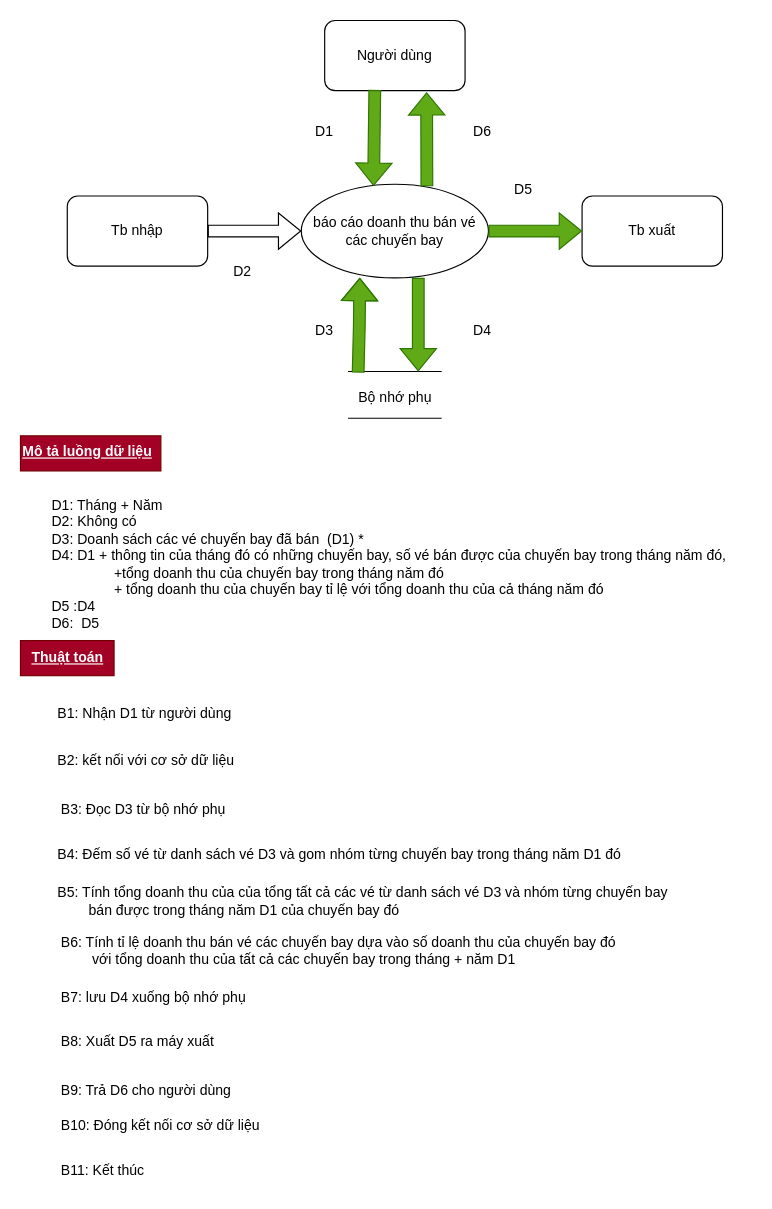
Before: DFD/DFD_Drawio/yc5_1.drawio in phat9824/Flight_ticket_manegement, a draw.io diagram. Source tidied: cells renumbered, new cells numbered last; positions are measured from the earlier drawing's top-left corner, leaving out a move shared by most shapes. Both pictures are drawn from the tidied source at 117%, with x=0, y=0 at pixel (20, 20).
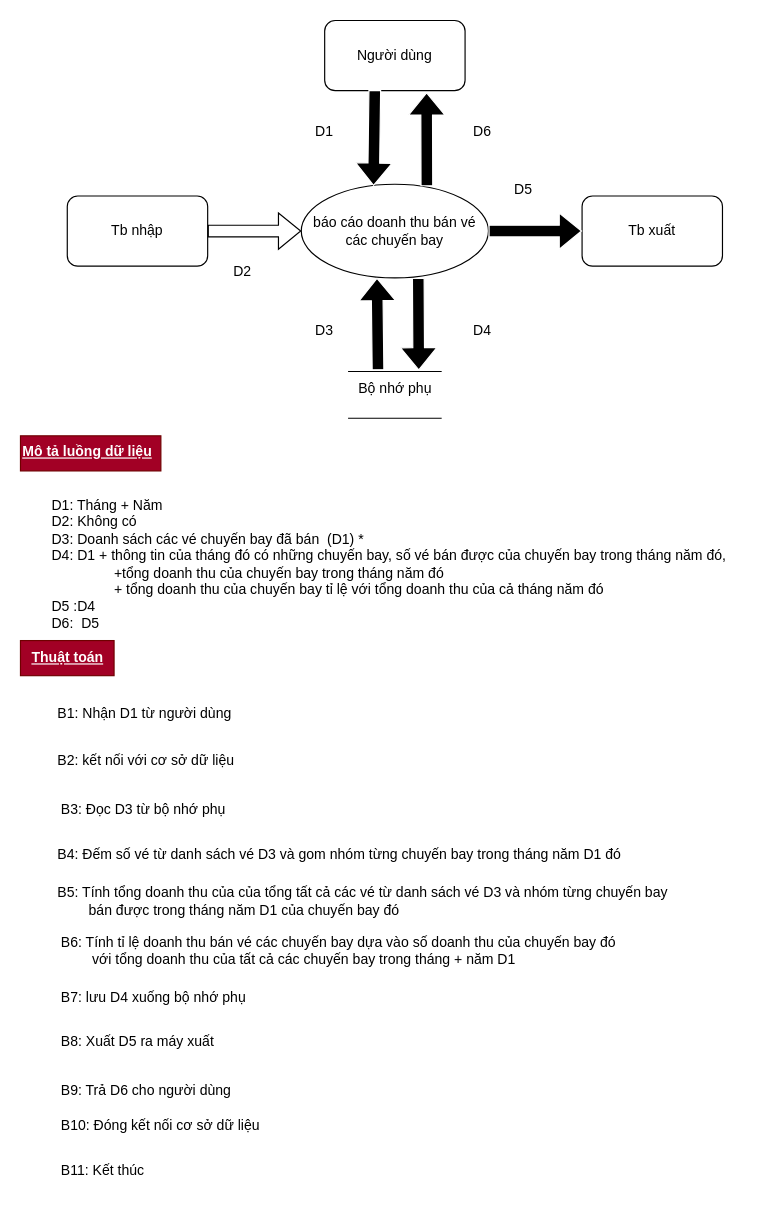
The same diagram, later.

The change refers to these unchanged cells:
```xml
<mxCell id="2" value="báo cáo doanh thu bán vé các chuyến bay" style="ellipse;whiteSpace=wrap;html=1;" parent="1" vertex="1">
  <mxGeometry x="240" y="140" width="160" height="80" as="geometry" />
</mxCell>
<mxCell id="3" value="Người dùng" style="rounded=1;whiteSpace=wrap;html=1;" parent="1" vertex="1">
  <mxGeometry x="260" width="120" height="60" as="geometry" />
</mxCell>
<mxCell id="4" value="Tb xuất" style="rounded=1;whiteSpace=wrap;html=1;" parent="1" vertex="1">
  <mxGeometry x="480" y="150" width="120" height="60" as="geometry" />
</mxCell>
```

Change to the diagram source:
```diff
@@
-    <mxCell id="6" style="shape=flexArrow;endArrow=classic;html=1;rounded=0;exitX=0.357;exitY=0.989;exitDx=0;exitDy=0;exitPerimeter=0;entryX=0.386;entryY=0.017;entryDx=0;entryDy=0;entryPerimeter=0;fillColor=#60a917;strokeColor=#2D7600;" parent="1" edge="1" source="3" target="2">
+    <mxCell id="6" style="shape=flexArrow;endArrow=classic;html=1;rounded=0;exitX=0.357;exitY=0.989;exitDx=0;exitDy=0;exitPerimeter=0;entryX=0.386;entryY=0.017;entryDx=0;entryDy=0;entryPerimeter=0;fillColor=#000000;strokeColor=#FFFFFF;" parent="1" edge="1" source="3" target="2">
       <mxGeometry relative="1" as="geometry" />
     </mxCell>
-    <mxCell id="7" style="shape=flexArrow;endArrow=classic;html=1;rounded=0;entryX=0.726;entryY=1.022;entryDx=0;entryDy=0;entryPerimeter=0;exitX=0.671;exitY=0.022;exitDx=0;exitDy=0;exitPerimeter=0;fillColor=#60a917;strokeColor=#2D7600;" parent="1" edge="1" source="2" target="3">
+    <mxCell id="7" style="shape=flexArrow;endArrow=classic;html=1;rounded=0;entryX=0.726;entryY=1.022;entryDx=0;entryDy=0;entryPerimeter=0;exitX=0.671;exitY=0.022;exitDx=0;exitDy=0;exitPerimeter=0;fillColor=#000000;strokeColor=#FFFFFF;" parent="1" edge="1" source="2" target="3">
       <mxGeometry relative="1" as="geometry" />
     </mxCell>
-    <mxCell id="8" style="shape=flexArrow;endArrow=classic;html=1;rounded=0;entryX=0;entryY=0.5;entryDx=0;entryDy=0;exitX=1;exitY=0.5;exitDx=0;exitDy=0;fillColor=#60a917;strokeColor=#2D7600;" parent="1" edge="1" source="2" target="4">
+    <mxCell id="8" style="shape=flexArrow;endArrow=classic;html=1;rounded=0;entryX=0;entryY=0.5;entryDx=0;entryDy=0;exitX=1;exitY=0.5;exitDx=0;exitDy=0;fillColor=#000000;strokeColor=#FFFFFF;" parent="1" edge="1" source="2" target="4">
       <mxGeometry relative="1" as="geometry" />
     </mxCell>
@@
-    <mxCell id="12" style="shape=flexArrow;endArrow=classic;html=1;rounded=0;fillColor=#60a917;strokeColor=#2D7600;" parent="1" edge="1">
-      <mxGeometry relative="1" as="geometry">
-        <mxPoint x="288.6" y="301" as="sourcePoint" />
-        <mxPoint x="290" y="220" as="targetPoint" />
-        <Array as="points">
-          <mxPoint x="289.6" y="261" />
-        </Array>
-      </mxGeometry>
-    </mxCell>
-    <mxCell id="13" style="shape=flexArrow;endArrow=classic;html=1;rounded=0;fillColor=#60a917;strokeColor=#2D7600;exitX=0.625;exitY=1;exitDx=0;exitDy=0;exitPerimeter=0;" parent="1" edge="1" source="2">
-      <mxGeometry relative="1" as="geometry">
-        <mxPoint x="340" y="300" as="targetPoint" />
-      </mxGeometry>
+    <mxCell id="13" style="shape=flexArrow;endArrow=classic;html=1;rounded=0;fillColor=#000000;strokeColor=#FFFFFF;exitX=0.625;exitY=1;exitDx=0;exitDy=0;exitPerimeter=0;entryX=0.727;entryY=-0.027;entryDx=0;entryDy=0;entryPerimeter=0;" parent="1" edge="1" source="2" target="14">
+      <mxGeometry relative="1" as="geometry" />
     </mxCell>
     <mxCell id="14" value="Bộ nhớ phụ" style="text;html=1;align=center;verticalAlign=middle;points=[];strokeColor=none;fillColor=none;" parent="1" vertex="1">
-      <mxGeometry x="275" y="308" width="90" height="30" as="geometry" />
+      <mxGeometry x="275" y="300" width="90" height="30" as="geometry" />
     </mxCell>
@@
+    <mxCell id="35" style="shape=flexArrow;endArrow=classic;html=1;rounded=0;fillColor=#000000;strokeColor=#FFFFFF;exitX=0.34;exitY=-0.035;exitDx=0;exitDy=0;exitPerimeter=0;" parent="1" edge="1" source="14">
+      <mxGeometry relative="1" as="geometry">
+        <mxPoint x="304.7" y="220" as="targetPoint" />
+      </mxGeometry>
+    </mxCell>
```
